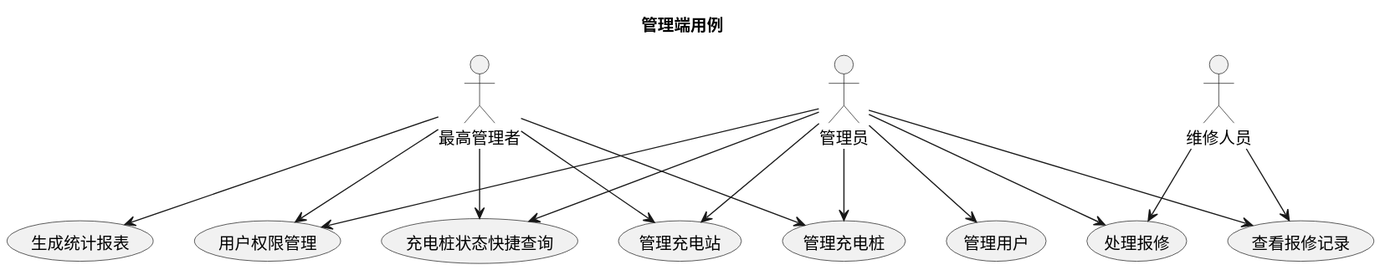
The PlantUML diagram usecase/docs/overview/img/admin_usecases.svg in greenhandzdl/charging-station-doc, before a commit.
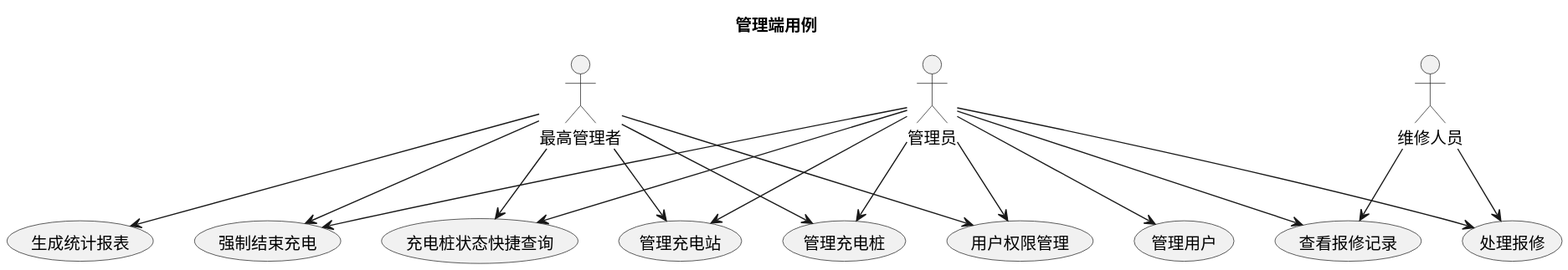
The same file after the commit.

Change to the diagram source:
```diff
@@ -14,6 +14,7 @@
 usecase "用户权限管理" as PM
 usecase "处理报修" as HR
 usecase "查看报修记录" as VR
+usecase "强制结束充电" as FSC
 usecase "生成统计报表" as GS
 usecase "充电桩状态快捷查询" as QC
 
@@ -23,11 +24,13 @@
 A --> PM
 A --> HR
 A --> VR
+A --> FSC
 A --> QC
 SA --> MS
 SA --> MC
 SA --> PM
 SA --> GS
+SA --> FSC
 SA --> QC
 M --> HR
 M --> VR
```
